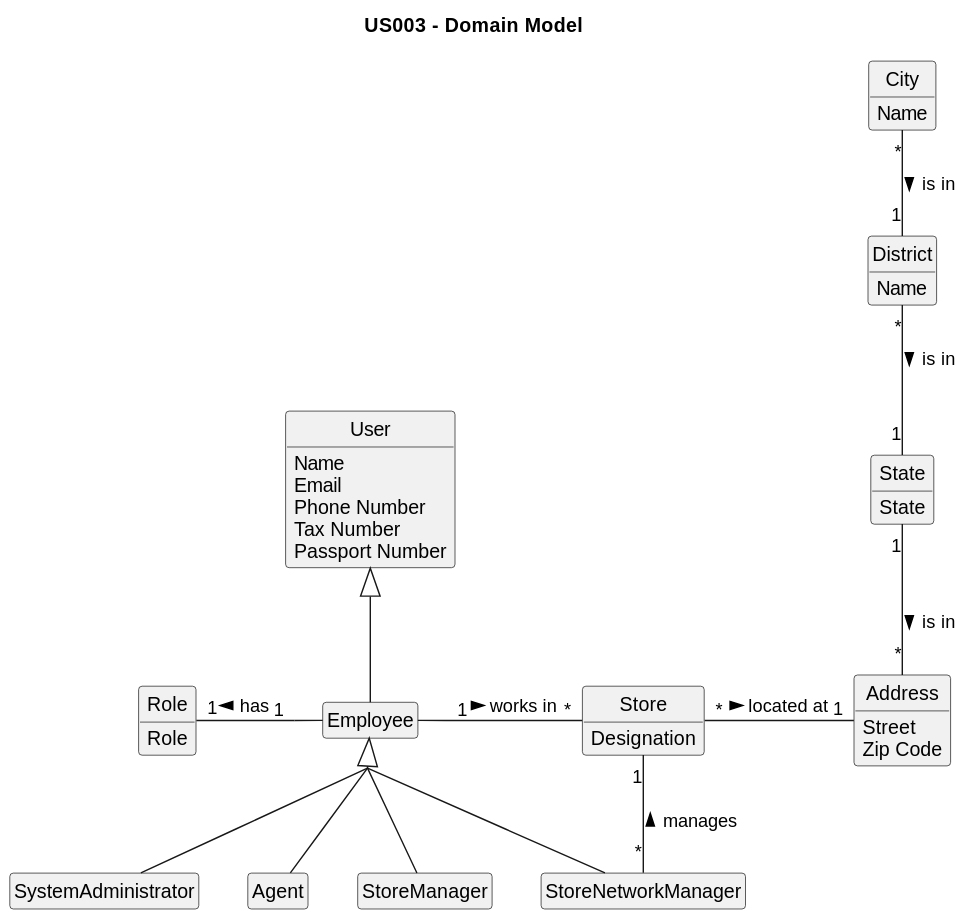
Above: docs/sprintB/US03/02.analysis/svg/us03-domain-model.svg in PureNimble/ISEP-LAPR2 (PlantUML), before the change.
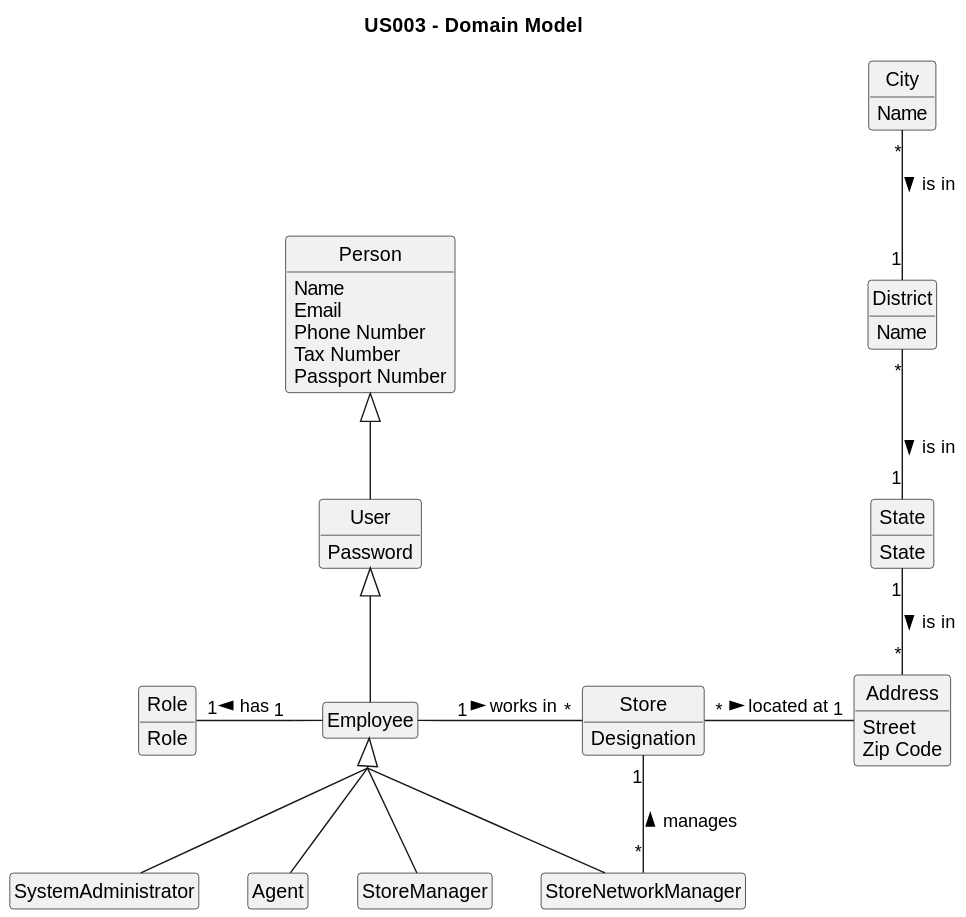
After the commit.

Change to the diagram source:
```diff
@@ -29,12 +29,19 @@
 
 class Address
 
-class User{
+class Person
+
+class Person{
 Name
 Email
 Phone Number
 Tax Number
 Passport Number
+}
+
+
+class User{
+Password
 }
 
 class Role {
@@ -72,6 +79,9 @@
 
 
 
+Person <|-- User
+
+
 User <|-- Employee
 
 Employee <|-- Agent
```
